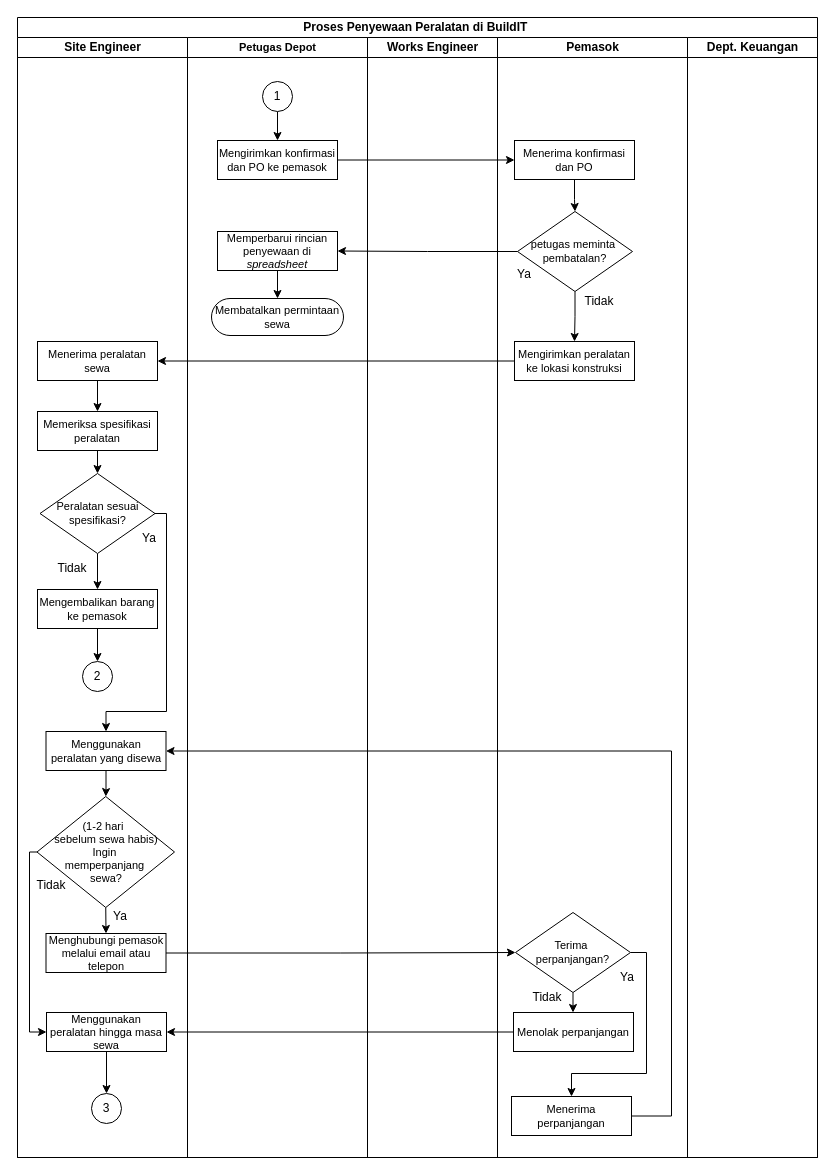
Before: page "Page-2" (2 of 3) of TI-BPM-SIPA.drawio in MHibriziF/SIPA, a draw.io diagram. Source tidied: cells renumbered, new cells numbered last; positions are measured from the earlier drawing's top-left corner, leaving out a move shared by most shapes. Both pictures are drawn from the tidied source at 100%, with x=0, y=0 at pixel (17, 17).
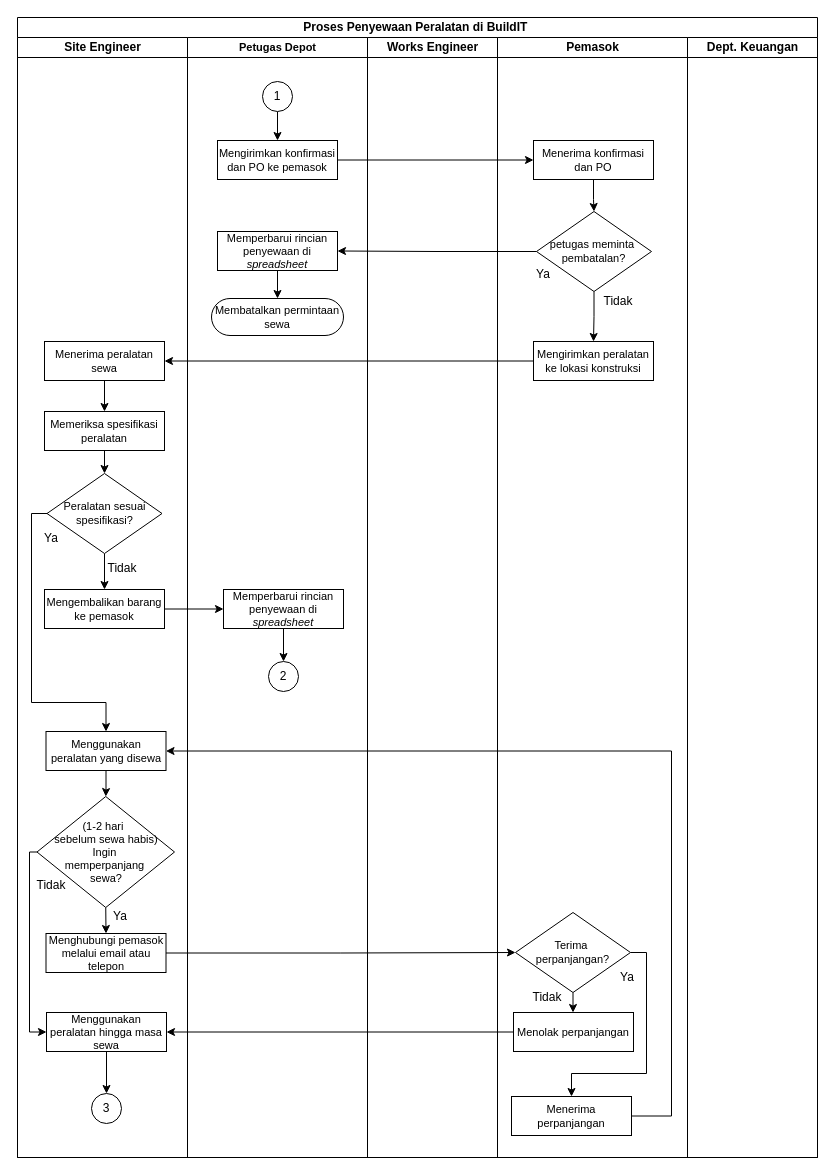
The same diagram, later.

Unchanged cells that the change refers to:
```xml
<mxCell id="2" value="Proses Penyewaan Peralatan di BuildIT&amp;nbsp;" style="swimlane;html=1;startSize=20;whiteSpace=wrap;gradientColor=none;" parent="1" vertex="1">
  <mxGeometry width="800" height="1140" as="geometry" />
</mxCell>
<mxCell id="3" value="Site Engineer" style="swimlane;html=1;startSize=20;labelBorderColor=none;labelBackgroundColor=none;textShadow=0;fontColor=default;" parent="2" vertex="1">
  <mxGeometry y="20" width="170" height="1120" as="geometry" />
</mxCell>
<mxCell id="16" value="Menggunakan peralatan yang disewa" style="rounded=0;whiteSpace=wrap;html=1;fontSize=11;" parent="3" vertex="1">
  <mxGeometry x="28.5" y="694" width="120" height="39" as="geometry" />
</mxCell>
<mxCell id="27" value="Petugas Depot" style="swimlane;html=1;startSize=20;fontSize=11;" parent="2" vertex="1">
  <mxGeometry x="170" y="20" width="180" height="1120" as="geometry" />
</mxCell>
<mxCell id="35" value="Pemasok" style="swimlane;html=1;startSize=20;" parent="2" vertex="1">
  <mxGeometry x="480" y="20" width="190" height="1120" as="geometry" />
</mxCell>
```

Change to the diagram source:
```diff
@@
     <mxCell id="5" value="Menerima peralatan sewa" style="rounded=0;whiteSpace=wrap;html=1;fontSize=11;" parent="3" vertex="1">
-      <mxGeometry x="20" y="304" width="120" height="39" as="geometry" />
+      <mxGeometry x="27" y="304" width="120" height="39" as="geometry" />
     </mxCell>
@@
     <mxCell id="7" value="Memeriksa spesifikasi peralatan" style="rounded=0;whiteSpace=wrap;html=1;fontSize=11;" parent="3" vertex="1">
-      <mxGeometry x="20" y="374" width="120" height="39" as="geometry" />
+      <mxGeometry x="27" y="374" width="120" height="39" as="geometry" />
     </mxCell>
@@
-    <mxCell id="9" style="edgeStyle=orthogonalEdgeStyle;rounded=0;jettySize=auto;html=1;exitX=1;exitY=0.5;exitDx=0;exitDy=0;entryX=0.5;entryY=0;entryDx=0;entryDy=0;" parent="3" edge="1" source="10" target="16">
+    <mxCell id="9" style="edgeStyle=orthogonalEdgeStyle;rounded=0;jettySize=auto;html=1;exitX=0;exitY=0.5;exitDx=0;exitDy=0;entryX=0.5;entryY=0;entryDx=0;entryDy=0;" parent="3" edge="1" source="10" target="16">
       <mxGeometry relative="1" as="geometry">
         <Array as="points">
-          <mxPoint x="149" y="476" />
-          <mxPoint x="149" y="674" />
-          <mxPoint x="89" y="674" />
-          <mxPoint x="89" y="694" />
+          <mxPoint x="14" y="476" />
+          <mxPoint x="14" y="665" />
+          <mxPoint x="89" y="665" />
         </Array>
       </mxGeometry>
     </mxCell>
     <mxCell id="10" value="&lt;div&gt;Peralatan sesuai&lt;/div&gt;&lt;div&gt;spesifikasi?&lt;/div&gt;" style="rhombus;whiteSpace=wrap;html=1;fontSize=11;" parent="3" vertex="1">
-      <mxGeometry x="22.5" y="436" width="115" height="80" as="geometry" />
+      <mxGeometry x="29.5" y="436" width="115" height="80" as="geometry" />
     </mxCell>
-    <mxCell id="11" style="edgeStyle=orthogonalEdgeStyle;rounded=0;jettySize=auto;html=1;" parent="3" edge="1" source="12" target="13">
-      <mxGeometry relative="1" as="geometry" />
-    </mxCell>
     <mxCell id="12" value="Mengembalikan barang ke pemasok" style="rounded=0;whiteSpace=wrap;html=1;fontSize=11;" parent="3" vertex="1">
-      <mxGeometry x="20" y="552" width="120" height="39" as="geometry" />
+      <mxGeometry x="27" y="552" width="120" height="39" as="geometry" />
     </mxCell>
-    <mxCell id="13" value="2" style="ellipse;whiteSpace=wrap;html=1;" parent="3" vertex="1">
-      <mxGeometry x="65" y="624" width="30" height="30" as="geometry" />
-    </mxCell>
     <mxCell id="14" value="Tidak" style="text;html=1;align=center;verticalAlign=middle;whiteSpace=wrap;rounded=0;" parent="3" vertex="1">
-      <mxGeometry x="25" y="516" width="60" height="30" as="geometry" />
+      <mxGeometry x="75" y="516" width="60" height="30" as="geometry" />
     </mxCell>
@@
     <mxCell id="17" value="Ya" style="text;html=1;align=center;verticalAlign=middle;whiteSpace=wrap;rounded=0;" parent="3" vertex="1">
-      <mxGeometry x="102" y="486" width="60" height="30" as="geometry" />
+      <mxGeometry x="4" y="486" width="60" height="30" as="geometry" />
     </mxCell>
@@
+    <mxCell id="57" style="edgeStyle=orthogonalEdgeStyle;rounded=0;jettySize=auto;html=1;" parent="27" edge="1" source="58" target="13">
+      <mxGeometry relative="1" as="geometry" />
+    </mxCell>
+    <mxCell id="58" value="Memperbarui rincian penyewaan di &lt;i&gt;spreadsheet&lt;/i&gt;" style="rounded=0;whiteSpace=wrap;html=1;fontSize=11;" parent="27" vertex="1">
+      <mxGeometry x="36" y="552" width="120" height="39" as="geometry" />
+    </mxCell>
+    <mxCell id="13" value="2" style="ellipse;whiteSpace=wrap;html=1;" parent="27" vertex="1">
+      <mxGeometry x="81" y="624" width="30" height="30" as="geometry" />
+    </mxCell>
@@
     <mxCell id="37" value="Menerima konfirmasi dan PO" style="rounded=0;whiteSpace=wrap;html=1;fontSize=11;" parent="35" vertex="1">
-      <mxGeometry x="17" y="103" width="120" height="39" as="geometry" />
+      <mxGeometry x="36" y="103" width="120" height="39" as="geometry" />
     </mxCell>
@@
     <mxCell id="39" value="&lt;div&gt;petugas meminta&amp;nbsp;&lt;/div&gt;&lt;div&gt;pembatalan?&lt;/div&gt;" style="rhombus;whiteSpace=wrap;html=1;fontSize=11;" parent="35" vertex="1">
-      <mxGeometry x="20" y="174" width="115" height="80" as="geometry" />
+      <mxGeometry x="39" y="174" width="115" height="80" as="geometry" />
     </mxCell>
     <mxCell id="40" value="Mengirimkan peralatan ke lokasi konstruksi" style="rounded=0;whiteSpace=wrap;html=1;fontSize=11;" parent="35" vertex="1">
-      <mxGeometry x="17" y="304" width="120" height="39" as="geometry" />
+      <mxGeometry x="36" y="304" width="120" height="39" as="geometry" />
     </mxCell>
     <mxCell id="41" value="Tidak" style="text;html=1;align=center;verticalAlign=middle;whiteSpace=wrap;rounded=0;" parent="35" vertex="1">
-      <mxGeometry x="72" y="249" width="60" height="30" as="geometry" />
+      <mxGeometry x="91" y="249" width="60" height="30" as="geometry" />
     </mxCell>
     <mxCell id="42" value="Ya" style="text;html=1;align=center;verticalAlign=middle;whiteSpace=wrap;rounded=0;" parent="35" vertex="1">
-      <mxGeometry x="-3" y="222" width="60" height="30" as="geometry" />
+      <mxGeometry x="16" y="222" width="60" height="30" as="geometry" />
     </mxCell>
@@
+    <mxCell id="59" style="edgeStyle=orthogonalEdgeStyle;rounded=0;jettySize=auto;html=1;" parent="2" edge="1" source="12" target="58">
+      <mxGeometry relative="1" as="geometry" />
+    </mxCell>
```
